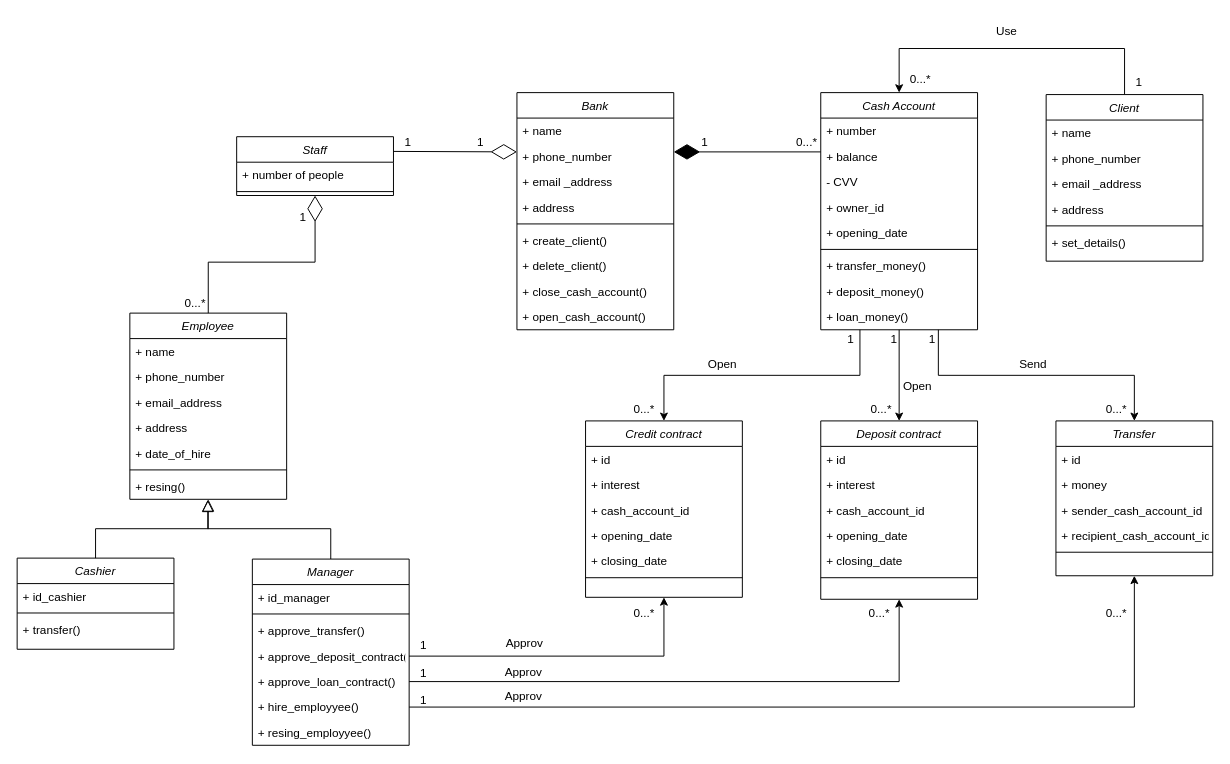
The draw.io diagram class_code.drawio in YuriiDnistrianskyi/software_documentation_design_patterns, before the edit. Source tidied: cells renumbered, new cells numbered last; positions are measured from the earlier drawing's top-left corner, leaving out a move shared by most shapes. Both pictures are drawn from the tidied source at 98%, with x=0, y=0 at pixel (17, 17).
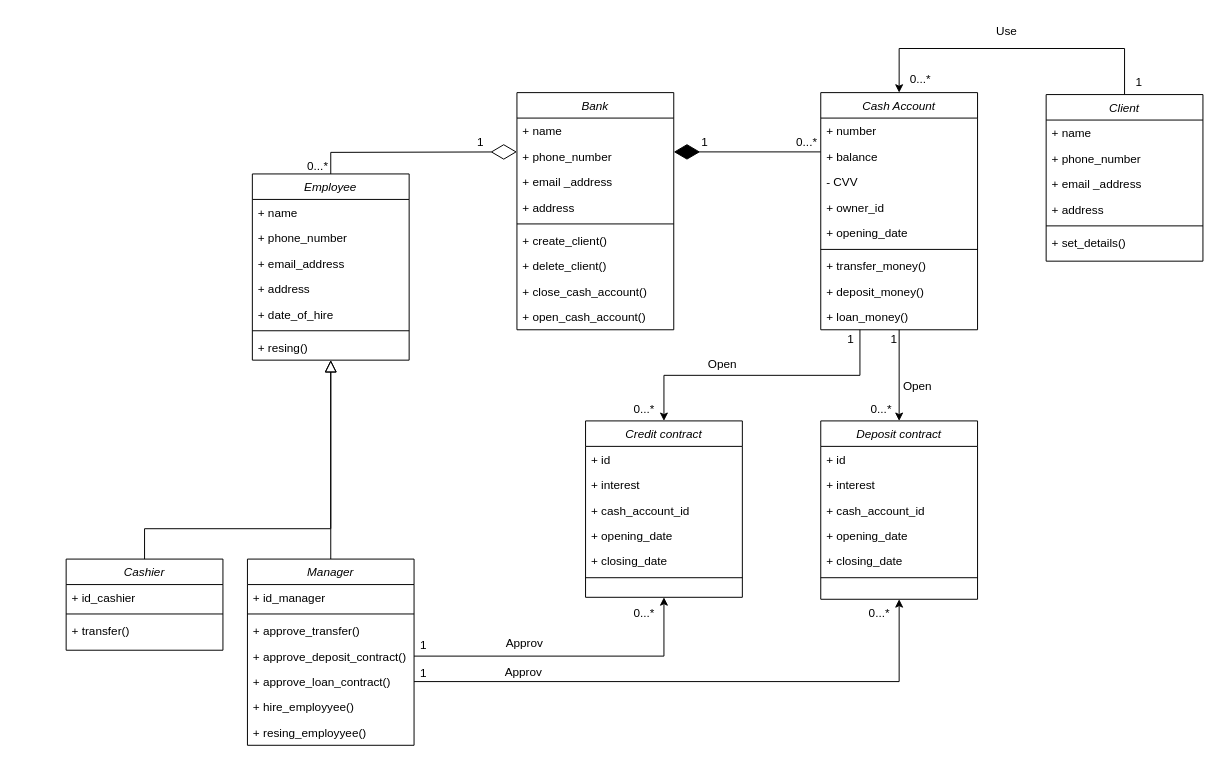
Above is the later version.

Commit message (it also covers changes not shown here):
simplify class

The change refers to these unchanged cells:
```xml
<mxCell id="13" value="+ resing()" style="text;align=left;verticalAlign=top;spacingLeft=4;spacingRight=4;overflow=hidden;points=[[0,0.5],[1,0.5]];portConstraint=eastwest;" parent="6" vertex="1">
  <mxGeometry y="164" width="160" height="26" as="geometry" />
</mxCell>
<mxCell id="26" value="Cash Account" style="swimlane;fontStyle=2;align=center;verticalAlign=top;horizontal=1;startSize=26;rounded=0;shadow=0;strokeWidth=1;" parent="1" vertex="1">
  <mxGeometry x="820" y="77" width="160" height="242" as="geometry" />
</mxCell>
<mxCell id="37" value="Bank" style="swimlane;fontStyle=2;align=center;verticalAlign=top;horizontal=1;startSize=26;rounded=0;shadow=0;strokeWidth=1;" parent="1" vertex="1">
  <mxGeometry x="510" y="77" width="160" height="242" as="geometry" />
</mxCell>
```

What changed in the source:
```diff
@@
     <mxCell id="2" value="Cashier" style="swimlane;fontStyle=2;align=center;verticalAlign=top;horizontal=1;startSize=26;rounded=0;shadow=0;strokeWidth=1;" parent="1" vertex="1">
-      <mxGeometry y="552" width="160" height="93" as="geometry" />
+      <mxGeometry x="50" y="553" width="160" height="93" as="geometry" />
     </mxCell>
@@
     <mxCell id="6" value="Employee" style="swimlane;fontStyle=2;align=center;verticalAlign=top;horizontal=1;startSize=26;rounded=0;shadow=0;strokeWidth=1;" parent="1" vertex="1">
-      <mxGeometry x="115" y="302" width="160" height="190" as="geometry" />
+      <mxGeometry x="240" y="160" width="160" height="190" as="geometry" />
     </mxCell>
@@
     <mxCell id="14" value="0...*" style="text;html=1;whiteSpace=wrap;strokeColor=none;fillColor=none;align=center;verticalAlign=middle;rounded=0;" parent="1" vertex="1">
-      <mxGeometry x="152" y="277" width="60" height="30" as="geometry" />
+      <mxGeometry x="277" y="137" width="60" height="30" as="geometry" />
     </mxCell>
-    <mxCell id="15" value="1" style="text;html=1;whiteSpace=wrap;strokeColor=none;fillColor=none;align=center;verticalAlign=middle;rounded=0;" parent="1" vertex="1">
-      <mxGeometry x="277" y="189" width="30" height="30" as="geometry" />
-    </mxCell>
@@
-    <mxCell id="24" style="edgeStyle=orthogonalEdgeStyle;rounded=0;jettySize=auto;html=1;exitX=0.75;exitY=1;exitDx=0;exitDy=0;entryX=0.5;entryY=0;entryDx=0;entryDy=0;" parent="1" edge="1" source="26" target="83">
-      <mxGeometry relative="1" as="geometry" />
-    </mxCell>
@@
-    <mxCell id="48" value="1" style="text;html=1;whiteSpace=wrap;strokeColor=none;fillColor=none;align=center;verticalAlign=middle;rounded=0;" parent="1" vertex="1">
-      <mxGeometry x="384" y="113" width="30" height="30" as="geometry" />
-    </mxCell>
@@
-    <mxCell id="64" style="endArrow=block;endSize=10;endFill=0;shadow=0;strokeWidth=1;rounded=0;curved=0;edgeStyle=elbowEdgeStyle;elbow=vertical;exitX=0.5;exitY=0;exitDx=0;exitDy=0;entryX=0.497;entryY=1.018;entryDx=0;entryDy=0;entryPerimeter=0;" parent="1" edge="1" source="65" target="13">
+    <mxCell id="64" style="endArrow=block;endSize=10;endFill=0;shadow=0;strokeWidth=1;rounded=0;curved=0;edgeStyle=elbowEdgeStyle;elbow=vertical;exitX=0.5;exitY=0;exitDx=0;exitDy=0;entryX=0.5;entryY=1;entryDx=0;entryDy=0;" parent="1" edge="1" source="65" target="6">
       <mxGeometry relative="1" as="geometry">
         <Array as="points">
           <mxPoint x="260" y="522" />
         </Array>
       </mxGeometry>
     </mxCell>
     <mxCell id="65" value="Manager" style="swimlane;fontStyle=2;align=center;verticalAlign=top;horizontal=1;startSize=26;rounded=0;shadow=0;strokeWidth=1;" parent="1" vertex="1">
-      <mxGeometry x="240" y="553" width="160" height="190" as="geometry" />
+      <mxGeometry x="235" y="553" width="170" height="190" as="geometry" />
     </mxCell>
     <mxCell id="66" value="+ id_manager" style="text;align=left;verticalAlign=top;spacingLeft=4;spacingRight=4;overflow=hidden;" parent="65" vertex="1">
-      <mxGeometry y="26" width="160" height="26" as="geometry" />
+      <mxGeometry y="26" width="170" height="26" as="geometry" />
     </mxCell>
     <mxCell id="67" style="line;html=1;strokeWidth=1;align=left;verticalAlign=middle;spacingTop=-1;spacingLeft=3;spacingRight=3;labelPosition=right;" parent="65" vertex="1">
-      <mxGeometry y="52" width="160" height="8" as="geometry" />
+      <mxGeometry y="52" width="170" height="8" as="geometry" />
     </mxCell>
     <mxCell id="68" value="+ approve_transfer()" style="text;align=left;verticalAlign=top;spacingLeft=4;spacingRight=4;overflow=hidden;" parent="65" vertex="1">
-      <mxGeometry y="60" width="160" height="26" as="geometry" />
+      <mxGeometry y="60" width="170" height="26" as="geometry" />
     </mxCell>
     <mxCell id="69" value="+ approve_deposit_contract()" style="text;align=left;verticalAlign=top;spacingLeft=4;spacingRight=4;overflow=hidden;points=[[0,0.5],[1,0.5]];portConstraint=eastwest;" parent="65" vertex="1">
-      <mxGeometry y="86" width="160" height="26" as="geometry" />
+      <mxGeometry y="86" width="170" height="26" as="geometry" />
     </mxCell>
     <mxCell id="70" value="+ approve_loan_contract()" style="text;align=left;verticalAlign=top;spacingLeft=4;spacingRight=4;overflow=hidden;points=[[0,0.5],[1,0.5]];portConstraint=eastwest;" parent="65" vertex="1">
-      <mxGeometry y="112" width="160" height="26" as="geometry" />
+      <mxGeometry y="112" width="170" height="26" as="geometry" />
     </mxCell>
     <mxCell id="71" value="+ hire_employyee()" style="text;align=left;verticalAlign=top;spacingLeft=4;spacingRight=4;overflow=hidden;points=[[0,0.5],[1,0.5]];portConstraint=eastwest;" parent="65" vertex="1">
-      <mxGeometry y="138" width="160" height="26" as="geometry" />
+      <mxGeometry y="138" width="170" height="26" as="geometry" />
     </mxCell>
     <mxCell id="72" value="+ resing_employyee()" style="text;align=left;verticalAlign=top;spacingLeft=4;spacingRight=4;overflow=hidden;" parent="65" vertex="1">
-      <mxGeometry y="164" width="160" height="26" as="geometry" />
+      <mxGeometry y="164" width="170" height="26" as="geometry" />
     </mxCell>
-    <mxCell id="73" style="endArrow=block;endSize=10;endFill=0;shadow=0;strokeWidth=1;rounded=0;curved=0;edgeStyle=elbowEdgeStyle;elbow=vertical;exitX=0.5;exitY=0;exitDx=0;exitDy=0;entryX=0.497;entryY=1.018;entryDx=0;entryDy=0;entryPerimeter=0;" parent="1" edge="1" source="2">
+    <mxCell id="73" style="endArrow=block;endSize=10;endFill=0;shadow=0;strokeWidth=1;rounded=0;curved=0;edgeStyle=elbowEdgeStyle;elbow=vertical;exitX=0.5;exitY=0;exitDx=0;exitDy=0;" parent="1" edge="1" source="2">
       <mxGeometry relative="1" as="geometry">
-        <mxPoint x="195" y="492" as="targetPoint" />
+        <mxPoint x="320" y="350" as="targetPoint" />
         <Array as="points">
           <mxPoint x="260" y="522" />
         </Array>
       </mxGeometry>
     </mxCell>
@@
-    <mxCell id="83" value="Transfer" style="swimlane;fontStyle=2;align=center;verticalAlign=top;horizontal=1;startSize=26;rounded=0;shadow=0;strokeWidth=1;" parent="1" vertex="1">
-      <mxGeometry x="1060" y="412" width="160" height="158" as="geometry" />
-    </mxCell>
-    <mxCell id="84" value="+ id" style="text;align=left;verticalAlign=top;spacingLeft=4;spacingRight=4;overflow=hidden;rounded=0;shadow=0;html=0;" parent="83" vertex="1">
-      <mxGeometry y="26" width="160" height="26" as="geometry" />
-    </mxCell>
-    <mxCell id="85" value="+ money" style="text;align=left;verticalAlign=top;spacingLeft=4;spacingRight=4;overflow=hidden;rounded=0;shadow=0;html=0;" parent="83" vertex="1">
-      <mxGeometry y="52" width="160" height="26" as="geometry" />
-    </mxCell>
-    <mxCell id="86" value="+ sender_cash_account_id" style="text;align=left;verticalAlign=top;spacingLeft=4;spacingRight=4;overflow=hidden;rounded=0;shadow=0;html=0;" parent="83" vertex="1">
-      <mxGeometry y="78" width="160" height="26" as="geometry" />
-    </mxCell>
-    <mxCell id="87" value="+ recipient_cash_account_id" style="text;align=left;verticalAlign=top;spacingLeft=4;spacingRight=4;overflow=hidden;rounded=0;shadow=0;html=0;" parent="83" vertex="1">
-      <mxGeometry y="104" width="160" height="26" as="geometry" />
-    </mxCell>
-    <mxCell id="88" style="line;html=1;strokeWidth=1;align=left;verticalAlign=middle;spacingTop=-1;spacingLeft=3;spacingRight=3;labelPosition=right;" parent="83" vertex="1">
-      <mxGeometry y="130" width="160" height="8" as="geometry" />
-    </mxCell>
-    <mxCell id="89" value="Send" style="text;html=1;whiteSpace=wrap;strokeColor=none;fillColor=none;align=center;verticalAlign=middle;rounded=0;" parent="1" vertex="1">
-      <mxGeometry x="1007" y="340" width="60" height="30" as="geometry" />
-    </mxCell>
-    <mxCell id="90" style="edgeStyle=orthogonalEdgeStyle;rounded=0;jettySize=auto;html=1;exitX=1;exitY=0.5;exitDx=0;exitDy=0;entryX=0.5;entryY=1;entryDx=0;entryDy=0;" parent="1" edge="1" source="71" target="83">
-      <mxGeometry relative="1" as="geometry" />
-    </mxCell>
@@
-    <mxCell id="92" value="Approv" style="text;html=1;whiteSpace=wrap;strokeColor=none;fillColor=none;align=center;verticalAlign=middle;rounded=0;" parent="1" vertex="1">
-      <mxGeometry x="487" y="678" width="60" height="30" as="geometry" />
-    </mxCell>
@@
-    <mxCell id="95" value="0...*" style="text;html=1;whiteSpace=wrap;strokeColor=none;fillColor=none;align=center;verticalAlign=middle;rounded=0;" parent="1" vertex="1">
-      <mxGeometry x="1092" y="385" width="60" height="30" as="geometry" />
-    </mxCell>
@@
-    <mxCell id="98" value="1" style="text;html=1;whiteSpace=wrap;strokeColor=none;fillColor=none;align=center;verticalAlign=middle;rounded=0;" parent="1" vertex="1">
-      <mxGeometry x="919" y="314" width="30" height="30" as="geometry" />
-    </mxCell>
@@
-    <mxCell id="101" value="0...*" style="text;html=1;whiteSpace=wrap;strokeColor=none;fillColor=none;align=center;verticalAlign=middle;rounded=0;" parent="1" vertex="1">
-      <mxGeometry x="1092" y="594" width="60" height="30" as="geometry" />
-    </mxCell>
@@
-    <mxCell id="104" value="1" style="text;html=1;whiteSpace=wrap;strokeColor=none;fillColor=none;align=center;verticalAlign=middle;rounded=0;" parent="1" vertex="1">
-      <mxGeometry x="400" y="682" width="30" height="30" as="geometry" />
-    </mxCell>
-    <mxCell id="105" value="&lt;span style=&quot;font-weight: normal;&quot;&gt;&lt;i&gt;Staff&lt;/i&gt;&lt;/span&gt;" style="swimlane;fontStyle=1;align=center;verticalAlign=top;horizontal=1;startSize=26;whiteSpace=wrap;html=1;" parent="1" vertex="1">
-      <mxGeometry x="224" y="122" width="160" height="60" as="geometry" />
-    </mxCell>
-    <mxCell id="106" value="+ number of people" style="text;align=left;verticalAlign=top;spacingLeft=4;spacingRight=4;overflow=hidden;" parent="105" vertex="1">
-      <mxGeometry y="26" width="160" height="26" as="geometry" />
-    </mxCell>
-    <mxCell id="107" style="line;strokeWidth=1;fillColor=none;align=left;verticalAlign=middle;spacingTop=-1;spacingLeft=3;spacingRight=3;labelPosition=right;strokeColor=inherit;" parent="105" vertex="1">
-      <mxGeometry y="52" width="160" height="8" as="geometry" />
-    </mxCell>
@@
-    <mxCell id="109" style="endArrow=diamondThin;endFill=0;endSize=24;html=1;rounded=0;exitX=1;exitY=0.25;exitDx=0;exitDy=0;entryX=0;entryY=0.25;entryDx=0;entryDy=0;" parent="1" edge="1" source="105" target="37">
-      <mxGeometry relative="1" as="geometry" />
+    <mxCell id="109" style="endArrow=diamondThin;endFill=0;endSize=24;html=1;rounded=0;entryX=0;entryY=0.25;entryDx=0;entryDy=0;exitX=0.5;exitY=0;exitDx=0;exitDy=0;" parent="1" edge="1" source="6" target="37">
+      <mxGeometry relative="1" as="geometry">
+        <Array as="points">
+          <mxPoint x="320" y="138" />
+        </Array>
+      </mxGeometry>
     </mxCell>
-    <mxCell id="110" style="endArrow=diamondThin;endFill=0;endSize=24;html=1;rounded=0;exitX=0.5;exitY=0;exitDx=0;exitDy=0;entryX=0.5;entryY=1;entryDx=0;entryDy=0;" parent="1" edge="1" source="6" target="105">
-      <mxGeometry relative="1" as="geometry">
-        <Array as="points">
-          <mxPoint x="195" y="250" />
-          <mxPoint x="304" y="250" />
-        </Array>
-      </mxGeometry>
-    </mxCell>
```
